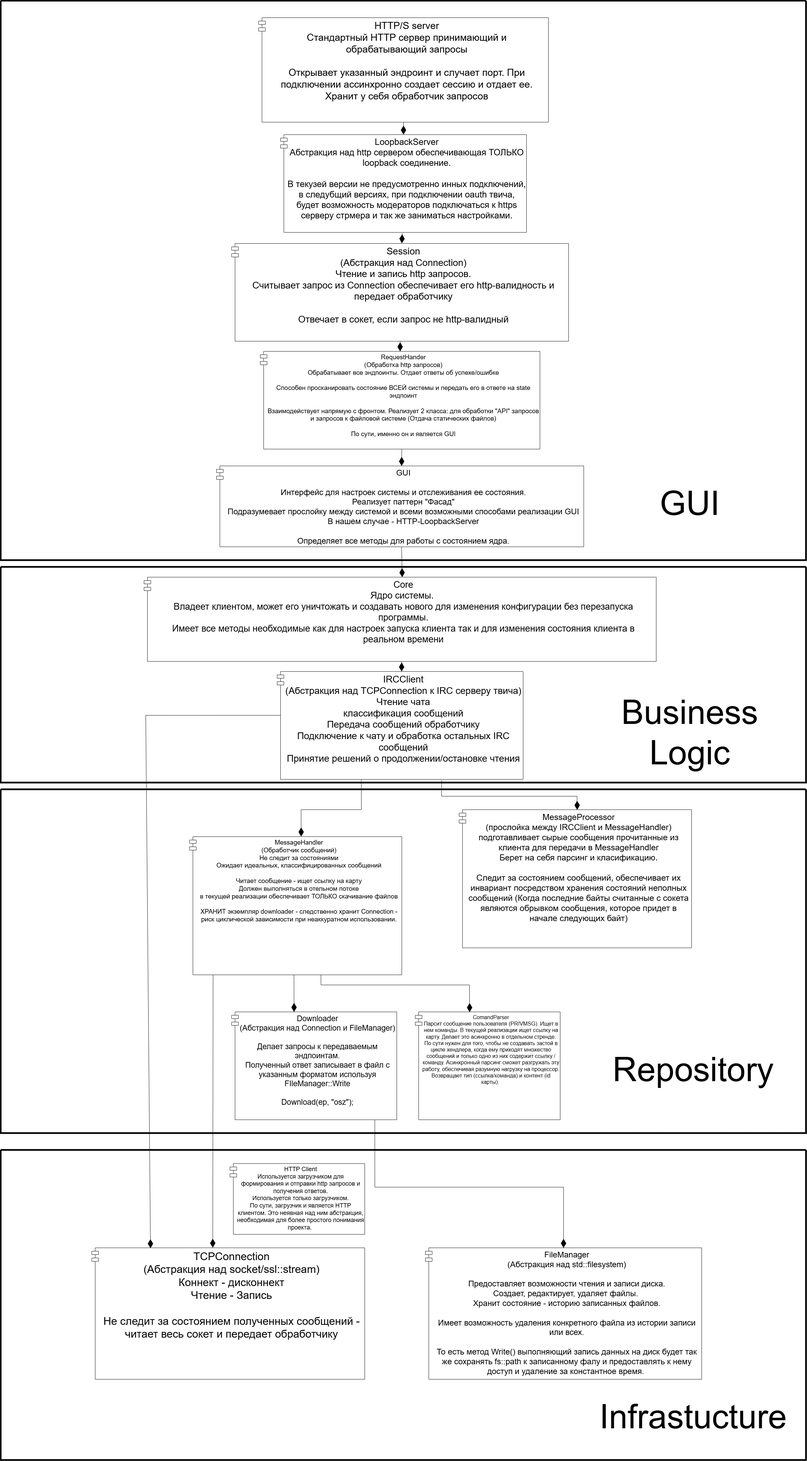
MyAngelWhiteCat/OsuRequestFlow keeps this draw.io diagram as Design.png. Above is the earlier version. Source tidied: cells renumbered, new cells last; positions are measured from the earlier drawing's top-left corner, leaving out a move shared by most shapes.
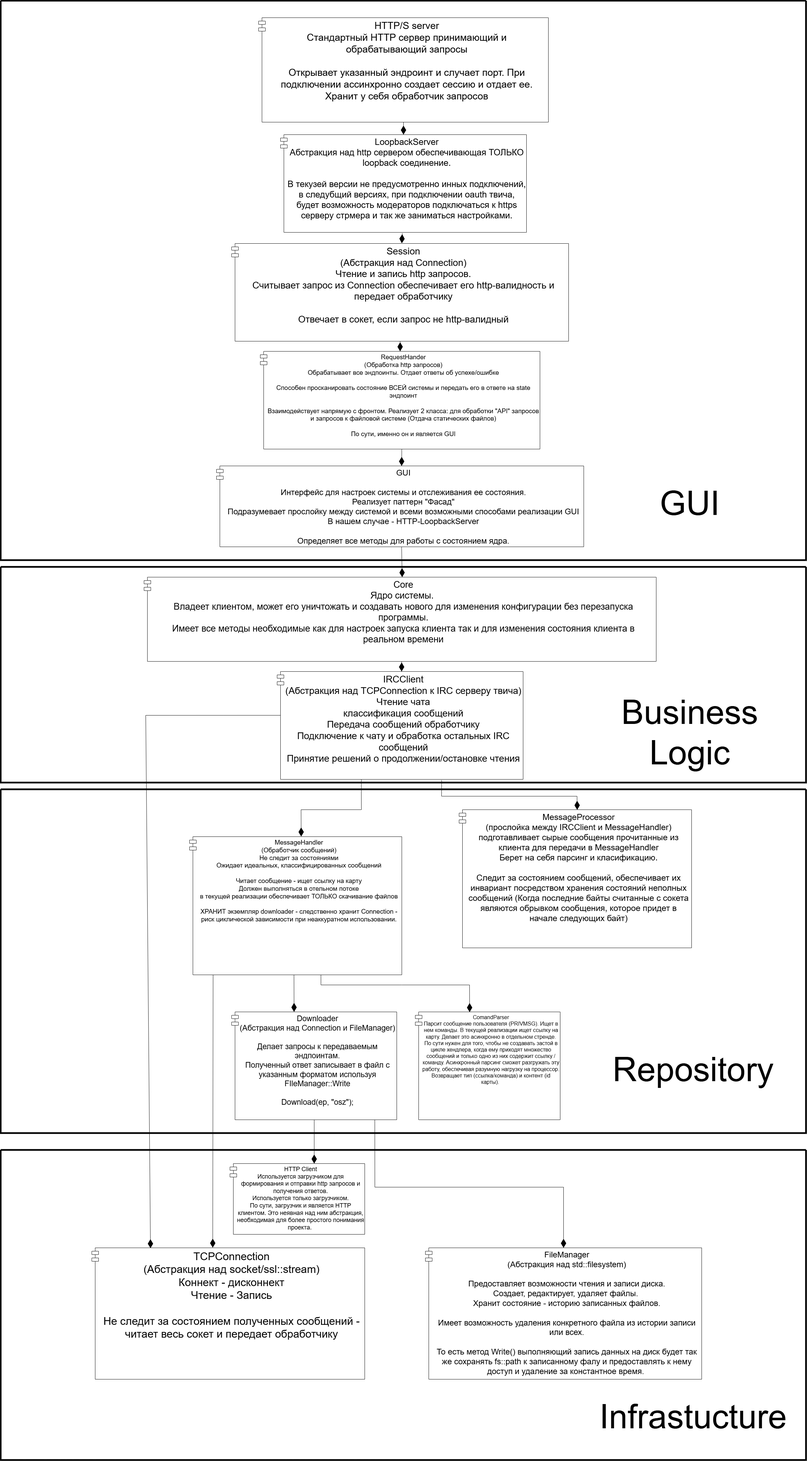
After the change.

Change to the diagram source:
```diff
@@ -132,5 +132,8 @@
     <mxCell id="36" value="&lt;font style=&quot;font-size: 18px;&quot;&gt;HTTP Client&lt;/font&gt;&lt;div&gt;&lt;font style=&quot;font-size: 18px;&quot;&gt;Используется загрузчиком для формирования и отправки http запросов и получения ответов.&lt;/font&gt;&lt;/div&gt;&lt;div&gt;&lt;font style=&quot;font-size: 18px;&quot;&gt;Используется только загрузчиком.&lt;/font&gt;&lt;/div&gt;&lt;div&gt;&lt;span style=&quot;background-color: transparent; color: light-dark(rgb(0, 0, 0), rgb(255, 255, 255));&quot;&gt;&lt;font style=&quot;font-size: 18px;&quot;&gt;По сути, загрузчик и является HTTP клиентом. Это неявная над ним абстракция, необходимая для более простого понимания проекта.&amp;nbsp;&lt;/font&gt;&lt;/span&gt;&lt;/div&gt;" style="shape=module;align=left;spacingLeft=20;align=center;verticalAlign=top;whiteSpace=wrap;html=1;" parent="1" vertex="1">
       <mxGeometry x="680" y="3450" width="400" height="210" as="geometry" />
     </mxCell>
+    <mxCell id="37" style="endArrow=diamondThin;endFill=1;endSize=24;html=1;rounded=0;exitX=0.5;exitY=1;exitDx=0;exitDy=0;entryX=0.625;entryY=0;entryDx=0;entryDy=0;entryPerimeter=0;" parent="1" edge="1" source="6" target="36">
+      <mxGeometry relative="1" as="geometry" />
+    </mxCell>
   </root>
 </mxGraphModel>
```
